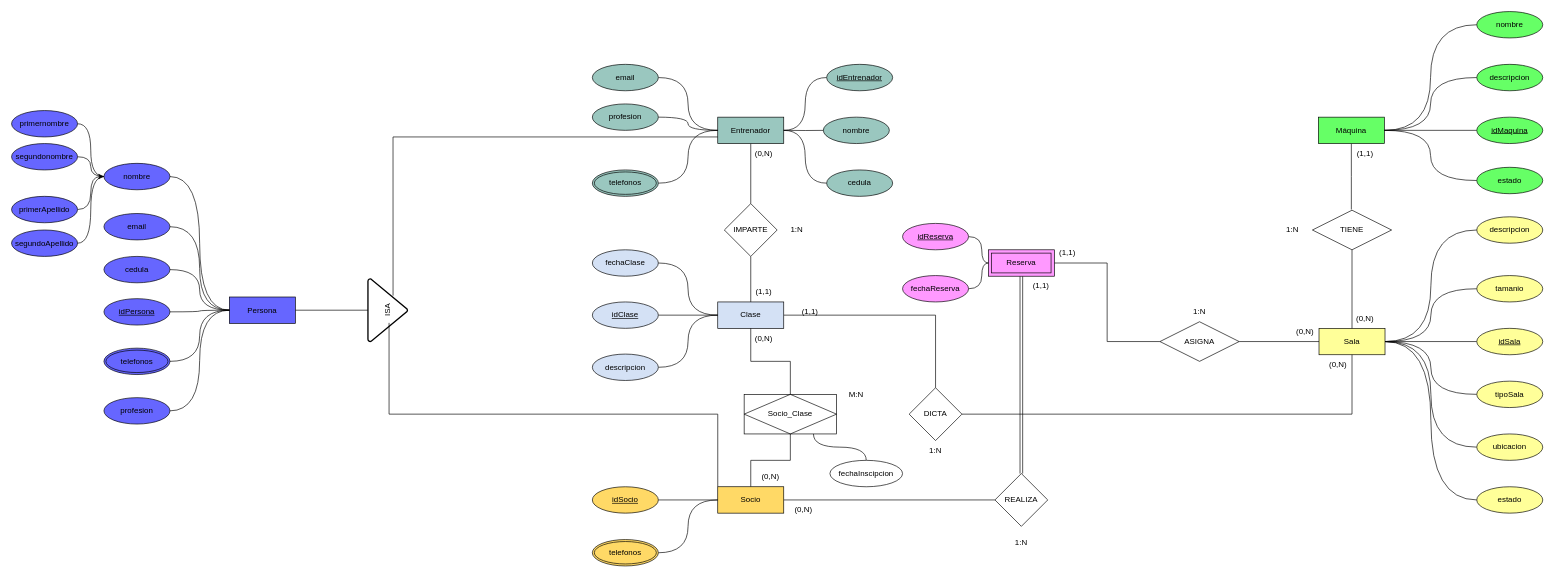
Above: GIMNASIO.drawio in Isa4cc/BASE-DE-DATOS-I-DIAGRAMAS (draw.io), before the change. Source tidied: cells renumbered, new cells numbered last; positions are measured from the earlier drawing's top-left corner, leaving out a move shared by most shapes. Both pictures are drawn from the tidied source at 66%, with x=0, y=0 at pixel (11, 11).
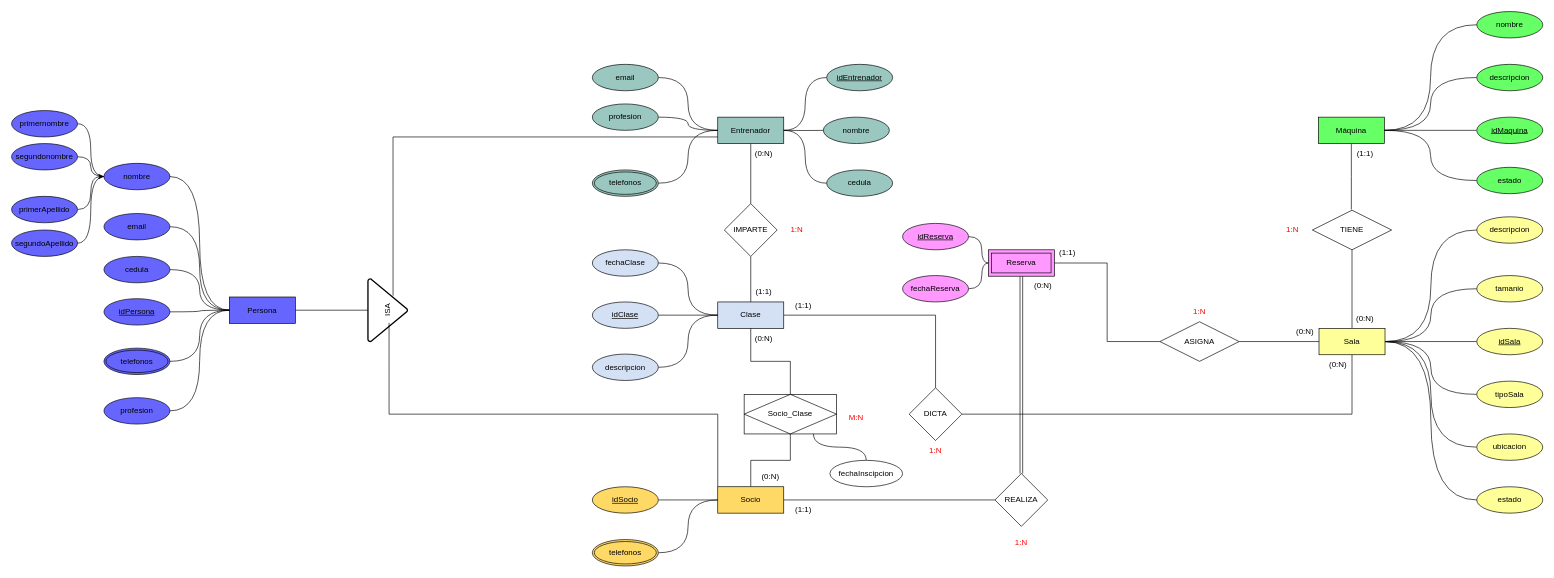
The same page after the edit.

The edit, as a diff of the source:
```diff
@@
-    <mxCell id="70" value="(0,N)" style="text;html=1;whiteSpace=wrap;strokeColor=none;fillColor=none;align=center;verticalAlign=middle;rounded=0;" parent="1" vertex="1">
+    <mxCell id="70" value="(0:N)" style="text;html=1;whiteSpace=wrap;strokeColor=none;fillColor=none;align=center;verticalAlign=middle;rounded=0;" parent="1" vertex="1">
       <mxGeometry x="1110" y="200" width="60" height="30" as="geometry" />
     </mxCell>
-    <mxCell id="71" value="(1,1)" style="text;html=1;whiteSpace=wrap;strokeColor=none;fillColor=none;align=center;verticalAlign=middle;rounded=0;" parent="1" vertex="1">
+    <mxCell id="71" value="(1:1)" style="text;html=1;whiteSpace=wrap;strokeColor=none;fillColor=none;align=center;verticalAlign=middle;rounded=0;" parent="1" vertex="1">
       <mxGeometry x="1110" y="410" width="60" height="30" as="geometry" />
     </mxCell>
-    <mxCell id="72" value="(0,N)" style="text;html=1;whiteSpace=wrap;strokeColor=none;fillColor=none;align=center;verticalAlign=middle;rounded=0;" parent="1" vertex="1">
+    <mxCell id="72" value="(0:N)" style="text;html=1;whiteSpace=wrap;strokeColor=none;fillColor=none;align=center;verticalAlign=middle;rounded=0;" parent="1" vertex="1">
       <mxGeometry x="1120" y="690" width="60" height="30" as="geometry" />
     </mxCell>
-    <mxCell id="73" value="(0,N)" style="text;html=1;whiteSpace=wrap;strokeColor=none;fillColor=none;align=center;verticalAlign=middle;rounded=0;" parent="1" vertex="1">
+    <mxCell id="73" value="(0:N)" style="text;html=1;whiteSpace=wrap;strokeColor=none;fillColor=none;align=center;verticalAlign=middle;rounded=0;" parent="1" vertex="1">
       <mxGeometry x="1110" y="480" width="60" height="30" as="geometry" />
     </mxCell>
-    <mxCell id="74" value="1:N" style="text;html=1;whiteSpace=wrap;strokeColor=none;fillColor=none;align=center;verticalAlign=middle;rounded=0;" parent="1" vertex="1">
+    <mxCell id="74" value="1:N" style="text;html=1;whiteSpace=wrap;strokeColor=none;fillColor=none;align=center;verticalAlign=middle;rounded=0;fontColor=#FF0000;" parent="1" vertex="1">
       <mxGeometry x="1160" y="316" width="60" height="30" as="geometry" />
     </mxCell>
-    <mxCell id="75" value="M:N" style="text;html=1;whiteSpace=wrap;strokeColor=none;fillColor=none;align=center;verticalAlign=middle;rounded=0;" parent="1" vertex="1">
-      <mxGeometry x="1250" y="565" width="60" height="30" as="geometry" />
+    <mxCell id="75" value="M:N" style="text;html=1;whiteSpace=wrap;strokeColor=none;fillColor=none;align=center;verticalAlign=middle;rounded=0;fontColor=#FF0000;" parent="1" vertex="1">
+      <mxGeometry x="1250" y="600" width="60" height="30" as="geometry" />
     </mxCell>
-    <mxCell id="76" value="(1,1)" style="text;html=1;whiteSpace=wrap;strokeColor=none;fillColor=none;align=center;verticalAlign=middle;rounded=0;" parent="1" vertex="1">
-      <mxGeometry x="1180" y="440" width="60" height="30" as="geometry" />
+    <mxCell id="76" value="(1:1)" style="text;html=1;whiteSpace=wrap;strokeColor=none;fillColor=none;align=center;verticalAlign=middle;rounded=0;" parent="1" vertex="1">
+      <mxGeometry x="1170" y="431" width="60" height="30" as="geometry" />
     </mxCell>
-    <mxCell id="77" value="(0,N)" style="text;html=1;whiteSpace=wrap;strokeColor=none;fillColor=none;align=center;verticalAlign=middle;rounded=0;" parent="1" vertex="1">
+    <mxCell id="77" value="(0:N)" style="text;html=1;whiteSpace=wrap;strokeColor=none;fillColor=none;align=center;verticalAlign=middle;rounded=0;" parent="1" vertex="1">
       <mxGeometry x="1980" y="520" width="60" height="30" as="geometry" />
     </mxCell>
-    <mxCell id="78" value="1:N" style="text;html=1;whiteSpace=wrap;strokeColor=none;fillColor=none;align=center;verticalAlign=middle;rounded=0;" parent="1" vertex="1">
+    <mxCell id="78" value="1:N" style="text;html=1;whiteSpace=wrap;strokeColor=none;fillColor=none;align=center;verticalAlign=middle;rounded=0;fontColor=#FF0000;" parent="1" vertex="1">
       <mxGeometry x="1370" y="650" width="60" height="30" as="geometry" />
     </mxCell>
-    <mxCell id="79" value="(0,N)" style="text;html=1;whiteSpace=wrap;strokeColor=none;fillColor=none;align=center;verticalAlign=middle;rounded=0;" parent="1" vertex="1">
+    <mxCell id="79" value="(0:N)" style="text;html=1;whiteSpace=wrap;strokeColor=none;fillColor=none;align=center;verticalAlign=middle;rounded=0;" parent="1" vertex="1">
       <mxGeometry x="2021" y="450" width="60" height="30" as="geometry" />
     </mxCell>
-    <mxCell id="80" value="(1,1)" style="text;html=1;whiteSpace=wrap;strokeColor=none;fillColor=none;align=center;verticalAlign=middle;rounded=0;" parent="1" vertex="1">
+    <mxCell id="80" value="(1:1)" style="text;html=1;whiteSpace=wrap;strokeColor=none;fillColor=none;align=center;verticalAlign=middle;rounded=0;" parent="1" vertex="1">
       <mxGeometry x="2021" y="200" width="60" height="30" as="geometry" />
     </mxCell>
-    <mxCell id="81" value="1:N" style="text;html=1;whiteSpace=wrap;strokeColor=none;fillColor=none;align=center;verticalAlign=middle;rounded=0;" parent="1" vertex="1">
+    <mxCell id="81" value="1:N" style="text;html=1;whiteSpace=wrap;strokeColor=none;fillColor=none;align=center;verticalAlign=middle;rounded=0;fontColor=#FF0000;" parent="1" vertex="1">
       <mxGeometry x="1911" y="316" width="60" height="30" as="geometry" />
     </mxCell>
-    <mxCell id="82" value="(0,N)" style="text;html=1;whiteSpace=wrap;strokeColor=none;fillColor=none;align=center;verticalAlign=middle;rounded=0;" parent="1" vertex="1">
-      <mxGeometry x="1170" y="740" width="60" height="30" as="geometry" />
+    <mxCell id="82" value="(0:N)" style="text;html=1;whiteSpace=wrap;strokeColor=none;fillColor=none;align=center;verticalAlign=middle;rounded=0;" parent="1" vertex="1">
+      <mxGeometry x="1533" y="401" width="60" height="30" as="geometry" />
     </mxCell>
-    <mxCell id="83" value="1:N" style="text;html=1;whiteSpace=wrap;strokeColor=none;fillColor=none;align=center;verticalAlign=middle;rounded=0;" parent="1" vertex="1">
+    <mxCell id="83" value="1:N" style="text;html=1;whiteSpace=wrap;strokeColor=none;fillColor=none;align=center;verticalAlign=middle;rounded=0;fontColor=#FF0000;" parent="1" vertex="1">
       <mxGeometry x="1500" y="790" width="60" height="30" as="geometry" />
     </mxCell>
-    <mxCell id="84" value="(1,1)" style="text;html=1;whiteSpace=wrap;strokeColor=none;fillColor=none;align=center;verticalAlign=middle;rounded=0;" parent="1" vertex="1">
-      <mxGeometry x="1530" y="400" width="60" height="30" as="geometry" />
+    <mxCell id="84" value="(1:1)" style="text;html=1;whiteSpace=wrap;strokeColor=none;fillColor=none;align=center;verticalAlign=middle;rounded=0;" parent="1" vertex="1">
+      <mxGeometry x="1170" y="739" width="60" height="30" as="geometry" />
     </mxCell>
-    <mxCell id="85" value="(1,1)" style="text;html=1;whiteSpace=wrap;strokeColor=none;fillColor=none;align=center;verticalAlign=middle;rounded=0;" parent="1" vertex="1">
+    <mxCell id="85" value="(1:1)" style="text;html=1;whiteSpace=wrap;strokeColor=none;fillColor=none;align=center;verticalAlign=middle;rounded=0;" parent="1" vertex="1">
       <mxGeometry x="1570" y="351" width="60" height="30" as="geometry" />
     </mxCell>
-    <mxCell id="86" value="(0,N)" style="text;html=1;whiteSpace=wrap;strokeColor=none;fillColor=none;align=center;verticalAlign=middle;rounded=0;" parent="1" vertex="1">
+    <mxCell id="86" value="(0:N)" style="text;html=1;whiteSpace=wrap;strokeColor=none;fillColor=none;align=center;verticalAlign=middle;rounded=0;" parent="1" vertex="1">
       <mxGeometry x="1930" y="470" width="60" height="30" as="geometry" />
     </mxCell>
-    <mxCell id="87" value="1:N" style="text;html=1;whiteSpace=wrap;strokeColor=none;fillColor=none;align=center;verticalAlign=middle;rounded=0;" parent="1" vertex="1">
+    <mxCell id="87" value="1:N" style="text;html=1;whiteSpace=wrap;strokeColor=none;fillColor=none;align=center;verticalAlign=middle;rounded=0;fontColor=#FF0000;" parent="1" vertex="1">
       <mxGeometry x="1770" y="440" width="60" height="30" as="geometry" />
     </mxCell>
```
